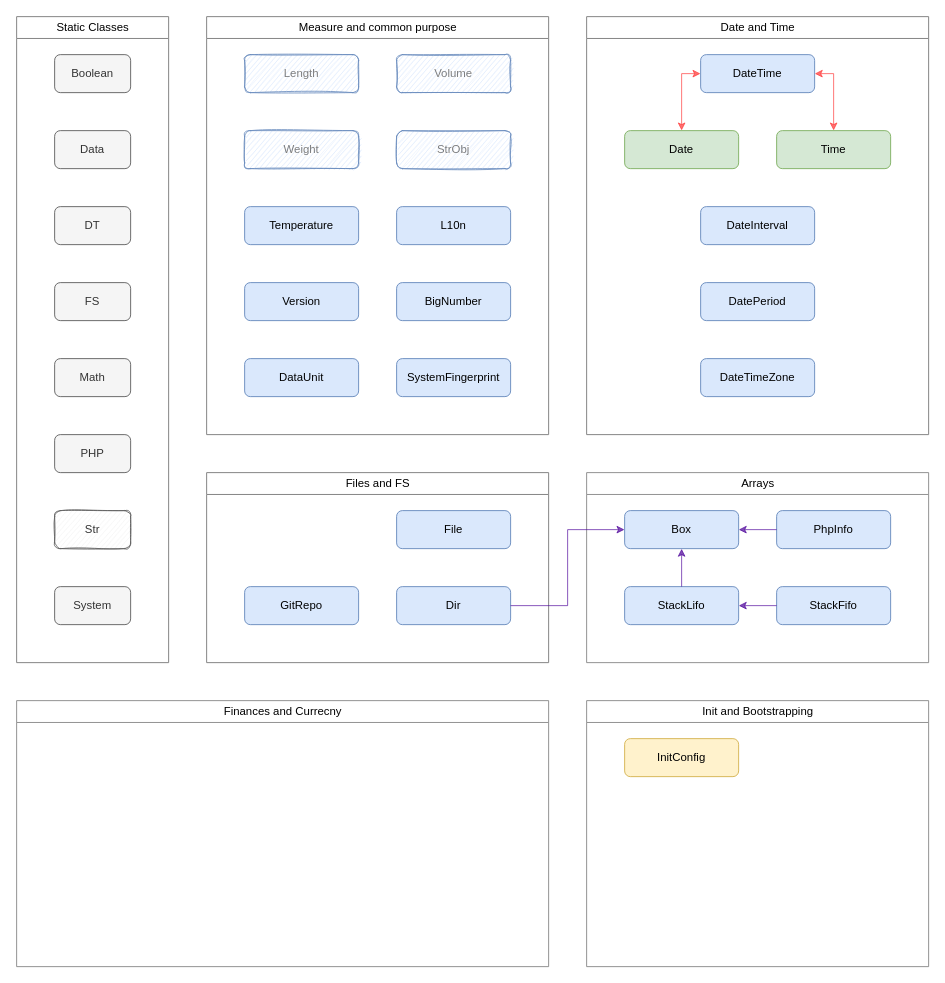
Earlier version of the draw.io diagram page "Overview groups" (1 of 3) of docs/images/Structure Scheme.drawio (PandaHugMonster/php-simputils). Source tidied: cells renumbered, new cells numbered last; positions are measured from the earlier drawing's top-left corner, leaving out a move shared by most shapes. Both pictures are drawn from the tidied source at 95%, with x=0, y=0 at pixel (16, 16).
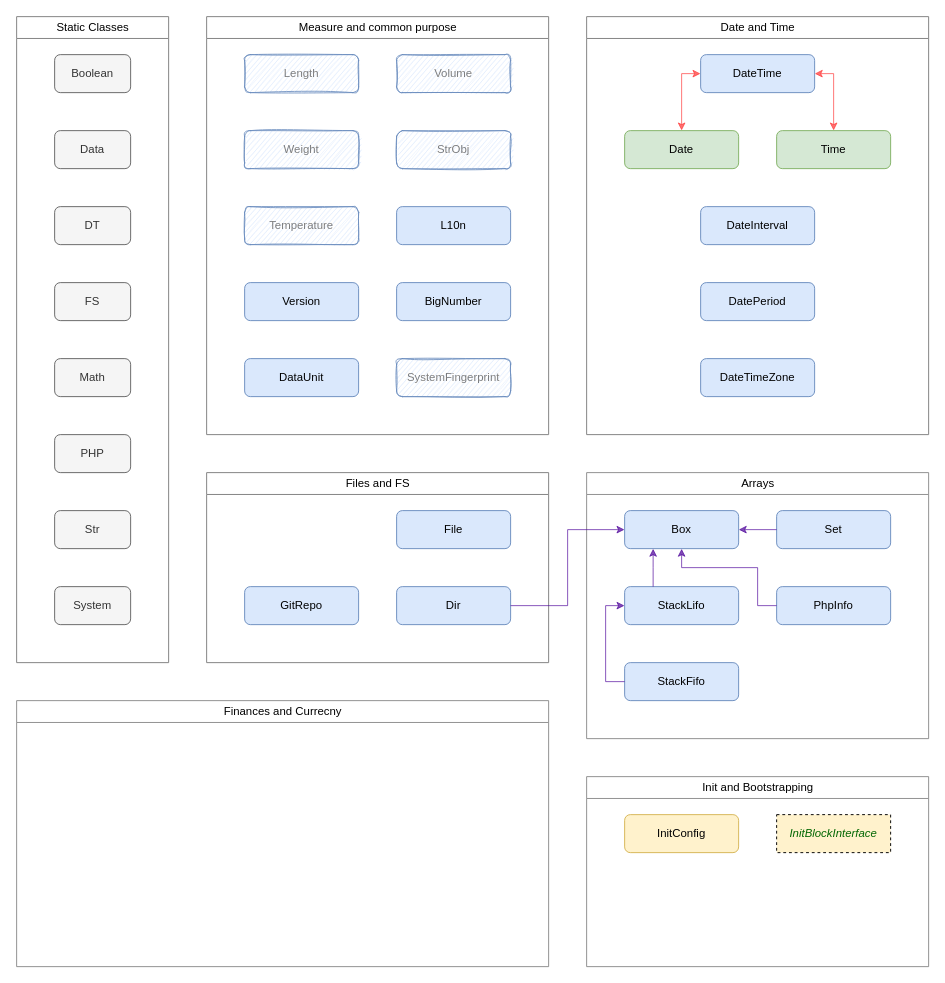
The same page after the edit.

The change refers to these unchanged cells:
```xml
<mxCell id="2" value="&lt;span style=&quot;font-weight: 400&quot;&gt;Measure and common purpose&lt;/span&gt;" style="swimlane;comic=0;sketch=0;align=center;html=1;swimlaneFillColor=#ffffff;gradientColor=#ffffff;strokeColor=#808080;" parent="1" vertex="1">
  <mxGeometry x="200" width="360" height="440" as="geometry" />
</mxCell>
<mxCell id="13" value="&lt;span style=&quot;font-weight: 400&quot;&gt;Static Classes&lt;/span&gt;" style="swimlane;comic=0;sketch=0;align=center;html=1;swimlaneFillColor=#ffffff;gradientColor=#ffffff;strokeColor=#808080;" parent="1" vertex="1">
  <mxGeometry width="160" height="680" as="geometry" />
</mxCell>
<mxCell id="37" value="Box" style="rounded=1;whiteSpace=wrap;html=1;fillColor=#dae8fc;strokeColor=#6c8ebf;" parent="36" vertex="1">
  <mxGeometry x="40" y="40" width="120" height="40" as="geometry" />
</mxCell>
<mxCell id="39" value="StackLifo" style="rounded=1;whiteSpace=wrap;html=1;fillColor=#dae8fc;strokeColor=#6c8ebf;" parent="36" vertex="1">
  <mxGeometry x="40" y="120" width="120" height="40" as="geometry" />
</mxCell>
```

The edit, as a diff of the source:
```diff
@@
-    <mxCell id="3" value="Temperature" style="rounded=1;whiteSpace=wrap;html=1;fillColor=#dae8fc;strokeColor=#6c8ebf;" parent="2" vertex="1">
+    <mxCell id="3" value="Temperature" style="rounded=1;whiteSpace=wrap;html=1;fillColor=#dae8fc;strokeColor=#6c8ebf;sketch=1;opacity=90;textOpacity=50;" parent="2" vertex="1">
       <mxGeometry x="40" y="200" width="120" height="40" as="geometry" />
     </mxCell>
@@
-    <mxCell id="6" value="SystemFingerprint" style="rounded=1;whiteSpace=wrap;html=1;fillColor=#dae8fc;strokeColor=#6c8ebf;" parent="2" vertex="1">
+    <mxCell id="6" value="SystemFingerprint" style="rounded=1;whiteSpace=wrap;html=1;fillColor=#dae8fc;strokeColor=#6c8ebf;sketch=1;opacity=90;textOpacity=50;" parent="2" vertex="1">
       <mxGeometry x="200" y="360" width="120" height="40" as="geometry" />
     </mxCell>
@@
-    <mxCell id="20" value="Str" style="rounded=1;whiteSpace=wrap;html=1;fillColor=#f5f5f5;strokeColor=#666666;fontColor=#333333;sketch=1;" parent="13" vertex="1">
+    <mxCell id="20" value="Str" style="rounded=1;whiteSpace=wrap;html=1;fillColor=#f5f5f5;strokeColor=#666666;fontColor=#333333;sketch=0;" parent="13" vertex="1">
       <mxGeometry x="40" y="520" width="80" height="40" as="geometry" />
     </mxCell>
@@
     <mxCell id="36" value="&lt;span style=&quot;font-weight: 400&quot;&gt;Arrays&lt;/span&gt;" style="swimlane;comic=0;sketch=0;align=center;html=1;swimlaneFillColor=#ffffff;rounded=0;strokeColor=#808080;gradientColor=#FFFFFF;fontColor=#000000;opacity=90;" parent="1" vertex="1">
-      <mxGeometry x="600" y="480" width="360" height="200" as="geometry" />
+      <mxGeometry x="600" y="480" width="360" height="280" as="geometry" />
     </mxCell>
@@
     <mxCell id="38" value="PhpInfo" style="rounded=1;whiteSpace=wrap;html=1;fillColor=#dae8fc;strokeColor=#6c8ebf;" parent="36" vertex="1">
-      <mxGeometry x="200" y="40" width="120" height="40" as="geometry" />
+      <mxGeometry x="200" y="120" width="120" height="40" as="geometry" />
     </mxCell>
@@
     <mxCell id="40" value="StackFifo" style="rounded=1;whiteSpace=wrap;html=1;fillColor=#dae8fc;strokeColor=#6c8ebf;" parent="36" vertex="1">
-      <mxGeometry x="200" y="120" width="120" height="40" as="geometry" />
+      <mxGeometry x="40" y="200" width="120" height="40" as="geometry" />
     </mxCell>
-    <mxCell id="41" style="edgeStyle=orthogonalEdgeStyle;rounded=0;jettySize=auto;html=1;exitX=0;exitY=0.5;exitDx=0;exitDy=0;startArrow=none;startFill=0;fontColor=#000000;strokeColor=#4C0099;opacity=70;" parent="36" edge="1" source="38" target="37">
-      <mxGeometry relative="1" as="geometry" />
+    <mxCell id="41" style="edgeStyle=orthogonalEdgeStyle;rounded=0;jettySize=auto;html=1;exitX=0;exitY=0.5;exitDx=0;exitDy=0;startArrow=none;startFill=0;fontColor=#000000;strokeColor=#4C0099;opacity=70;entryX=0.5;entryY=1;entryDx=0;entryDy=0;" parent="36" edge="1" source="38" target="37">
+      <mxGeometry relative="1" as="geometry">
+        <Array as="points">
+          <mxPoint x="180" y="140" />
+          <mxPoint x="180" y="100" />
+          <mxPoint x="100" y="100" />
+        </Array>
+      </mxGeometry>
     </mxCell>
-    <mxCell id="42" style="edgeStyle=orthogonalEdgeStyle;rounded=0;jettySize=auto;html=1;exitX=0.5;exitY=0;exitDx=0;exitDy=0;startArrow=none;startFill=0;fontColor=#000000;strokeColor=#4C0099;opacity=70;" parent="36" edge="1" source="39" target="37">
-      <mxGeometry relative="1" as="geometry" />
+    <mxCell id="42" style="edgeStyle=orthogonalEdgeStyle;rounded=0;jettySize=auto;html=1;startArrow=none;startFill=0;fontColor=#000000;strokeColor=#4C0099;opacity=70;entryX=0.25;entryY=1;entryDx=0;entryDy=0;exitX=0.25;exitY=0;exitDx=0;exitDy=0;" parent="36" edge="1" source="39" target="37">
+      <mxGeometry relative="1" as="geometry">
+        <Array as="points">
+          <mxPoint x="70" y="100" />
+          <mxPoint x="70" y="100" />
+        </Array>
+      </mxGeometry>
     </mxCell>
-    <mxCell id="43" style="edgeStyle=orthogonalEdgeStyle;rounded=0;jettySize=auto;html=1;exitX=0;exitY=0.5;exitDx=0;exitDy=0;entryX=1;entryY=0.5;entryDx=0;entryDy=0;startArrow=none;startFill=0;fontColor=#000000;strokeColor=#4C0099;opacity=70;" parent="36" edge="1" source="40" target="39">
+    <mxCell id="43" style="edgeStyle=orthogonalEdgeStyle;rounded=0;jettySize=auto;html=1;exitX=0;exitY=0.5;exitDx=0;exitDy=0;entryX=0;entryY=0.5;entryDx=0;entryDy=0;startArrow=none;startFill=0;fontColor=#000000;strokeColor=#4C0099;opacity=70;" parent="36" edge="1" source="40" target="39">
       <mxGeometry relative="1" as="geometry" />
     </mxCell>
+    <mxCell id="47" value="Set" style="rounded=1;whiteSpace=wrap;html=1;fillColor=#dae8fc;strokeColor=#6c8ebf;" parent="36" vertex="1">
+      <mxGeometry x="200" y="40" width="120" height="40" as="geometry" />
+    </mxCell>
+    <mxCell id="48" style="edgeStyle=orthogonalEdgeStyle;rounded=0;jettySize=auto;html=1;entryX=1;entryY=0.5;entryDx=0;entryDy=0;startArrow=none;startFill=0;fontColor=#000000;strokeColor=#4C0099;opacity=70;exitX=0;exitY=0.5;exitDx=0;exitDy=0;" parent="36" edge="1" source="47" target="37">
+      <mxGeometry relative="1" as="geometry" />
+    </mxCell>
     <mxCell id="44" value="&lt;span style=&quot;font-weight: 400&quot;&gt;Init and Bootstrapping&lt;/span&gt;" style="swimlane;comic=0;sketch=0;align=center;html=1;swimlaneFillColor=#ffffff;rounded=0;strokeColor=#808080;gradientColor=#FFFFFF;fontColor=#000000;opacity=90;" parent="1" vertex="1">
-      <mxGeometry x="600" y="720" width="360" height="280" as="geometry" />
+      <mxGeometry x="600" y="800" width="360" height="200" as="geometry" />
     </mxCell>
@@
+    <mxCell id="49" value="InitBlockInterface" style="rounded=0;whiteSpace=wrap;html=1;fillColor=#fff2cc;glass=0;dashed=1;fontStyle=2;fontColor=#006600;" parent="44" vertex="1">
+      <mxGeometry x="200" y="40" width="120" height="40" as="geometry" />
+    </mxCell>
```
